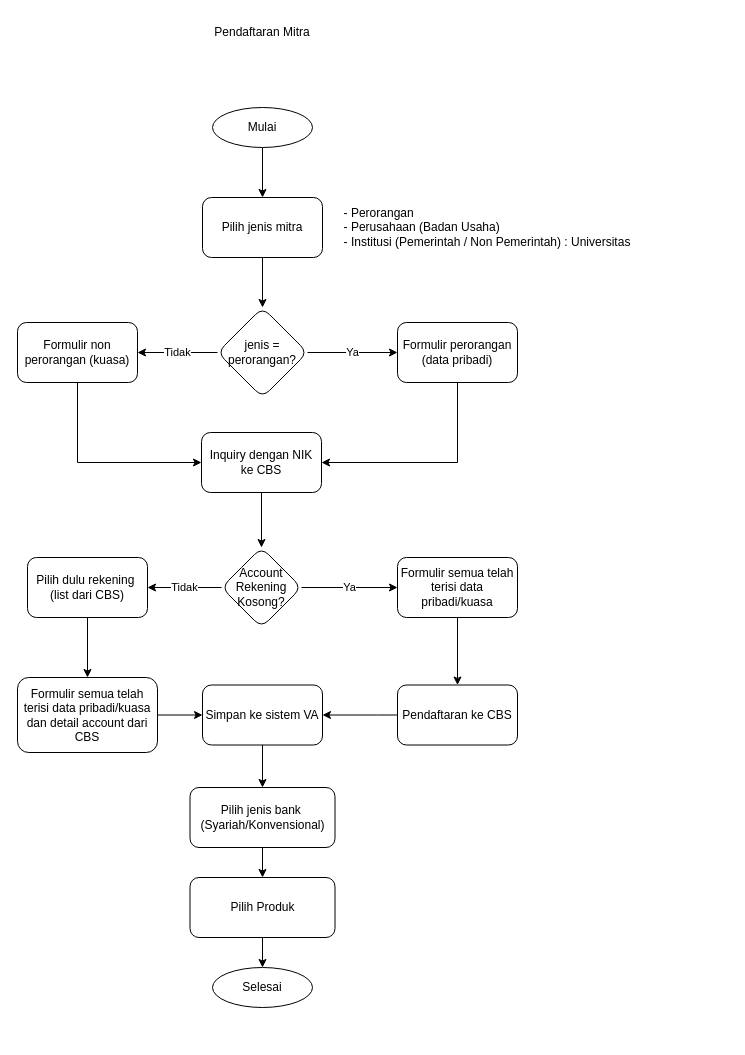
Earlier version of the draw.io diagram use-case/flow-pendaftaran.drawio (aribrilliantsyah/fsd_va_bpd_diy). Source tidied: cells renumbered, new cells numbered last; positions are measured from the earlier drawing's top-left corner, leaving out a move shared by most shapes. Both pictures are drawn from the tidied source at 100%, with x=0, y=0 at pixel (17, 17).
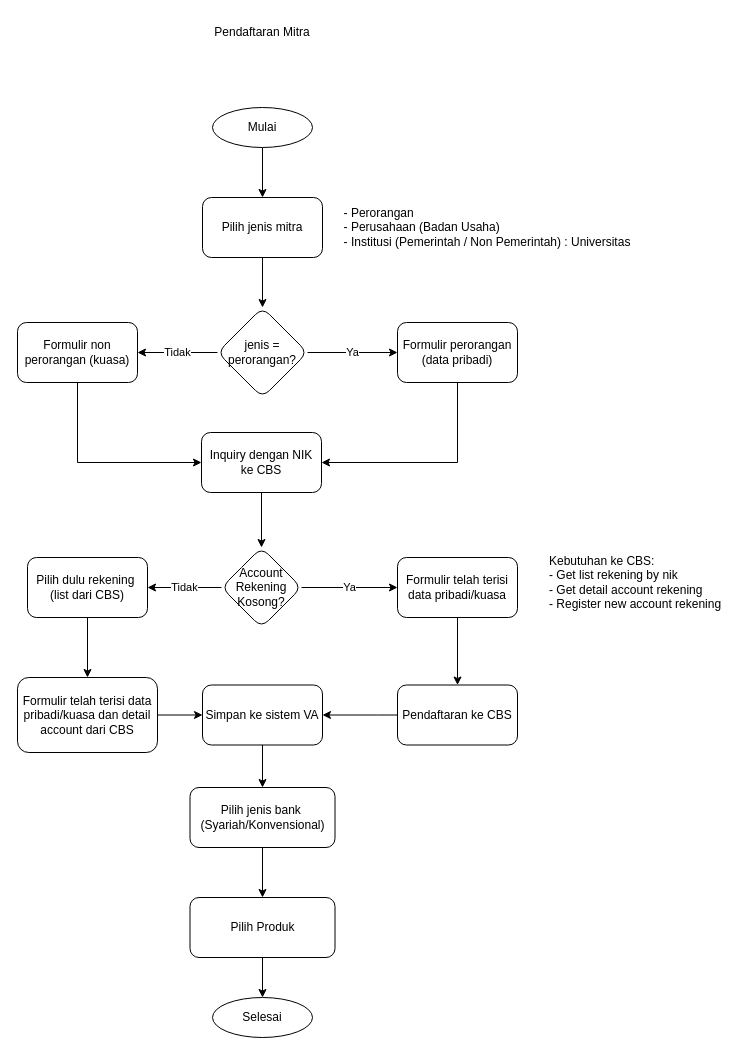
The same page after the edit.

The edit, as a diff of the source:
```diff
@@
-    <mxCell id="20" value="Formulir semua telah terisi data pribadi/kuasa" style="whiteSpace=wrap;html=1;rounded=1;" parent="1" vertex="1">
+    <mxCell id="20" value="Formulir telah terisi data pribadi/kuasa" style="whiteSpace=wrap;html=1;rounded=1;" parent="1" vertex="1">
       <mxGeometry x="380" y="540" width="120" height="60" as="geometry" />
     </mxCell>
@@
-    <mxCell id="25" value="Formulir semua telah terisi data pribadi/kuasa dan detail account dari CBS" style="whiteSpace=wrap;html=1;rounded=1;" parent="1" vertex="1">
+    <mxCell id="25" value="Formulir telah terisi data pribadi/kuasa dan detail account dari CBS" style="whiteSpace=wrap;html=1;rounded=1;" parent="1" vertex="1">
       <mxGeometry y="660" width="140" height="75" as="geometry" />
     </mxCell>
@@
     <mxCell id="33" value="Pilih Produk" style="whiteSpace=wrap;html=1;rounded=1;" parent="1" vertex="1">
-      <mxGeometry x="172.5" y="860" width="145" height="60" as="geometry" />
+      <mxGeometry x="172.5" y="880" width="145" height="60" as="geometry" />
     </mxCell>
     <mxCell id="34" value="Selesai" style="ellipse;whiteSpace=wrap;html=1;align=center;newEdgeStyle={&quot;edgeStyle&quot;:&quot;entityRelationEdgeStyle&quot;,&quot;startArrow&quot;:&quot;none&quot;,&quot;endArrow&quot;:&quot;none&quot;,&quot;segment&quot;:10,&quot;curved&quot;:1};" parent="1" vertex="1">
-      <mxGeometry x="195" y="950" width="100" height="40" as="geometry" />
+      <mxGeometry x="195" y="980" width="100" height="40" as="geometry" />
     </mxCell>
+    <mxCell id="35" value="&lt;div style=&quot;&quot;&gt;Kebutuhan ke CBS:&lt;/div&gt;&lt;div style=&quot;&quot;&gt;- Get list rekening by nik&lt;/div&gt;&lt;div style=&quot;&quot;&gt;- Get detail account rekening&lt;/div&gt;&lt;div style=&quot;&quot;&gt;- Register new account rekening&lt;/div&gt;" style="text;html=1;strokeColor=none;fillColor=none;align=left;verticalAlign=middle;whiteSpace=wrap;rounded=0;" parent="1" vertex="1">
+      <mxGeometry x="530" y="530" width="180" height="70" as="geometry" />
+    </mxCell>
```
